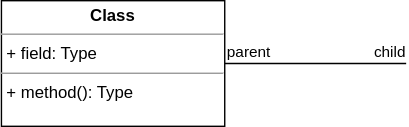
Before: ovs-agent.drawio.svg, a diagram exported from draw.io (scilla0531/pub). Source tidied: cells renumbered, new cells last; positions are measured from the earlier drawing's top-left corner, leaving out a move shared by most shapes. Its diagram source:
```xml
<mxGraphModel>
  <root>
    <mxCell id="0" />
    <mxCell id="1" parent="0" />
    <mxCell id="2" style="endArrow=none;html=1;edgeStyle=orthogonalEdgeStyle;rounded=0;exitX=1;exitY=0.5;exitDx=0;exitDy=0;" parent="1" edge="1" source="5">
      <mxGeometry relative="1" as="geometry">
        <mxPoint x="290" y="45" as="targetPoint" />
      </mxGeometry>
    </mxCell>
    <mxCell id="3" value="parent" style="edgeLabel;html=1;align=left;verticalAlign=bottom;" parent="2" vertex="1">
      <mxGeometry x="-1" relative="1" as="geometry" />
    </mxCell>
    <mxCell id="4" value="child" style="edgeLabel;html=1;align=right;verticalAlign=bottom;" parent="2" vertex="1">
      <mxGeometry x="1" relative="1" as="geometry" />
    </mxCell>
    <mxCell id="5" value="&lt;p style=&quot;margin:0px;margin-top:4px;text-align:center;&quot;&gt;&lt;b&gt;Class&lt;/b&gt;&lt;/p&gt;&lt;hr size=&quot;1&quot;/&gt;&lt;p style=&quot;margin:0px;margin-left:4px;&quot;&gt;+ field: Type&lt;/p&gt;&lt;hr size=&quot;1&quot;/&gt;&lt;p style=&quot;margin:0px;margin-left:4px;&quot;&gt;+ method(): Type&lt;/p&gt;" style="verticalAlign=top;align=left;overflow=fill;fontSize=12;fontFamily=Helvetica;html=1;" parent="1" vertex="1">
      <mxGeometry width="160" height="90" as="geometry" />
    </mxCell>
  </root>
</mxGraphModel>
```
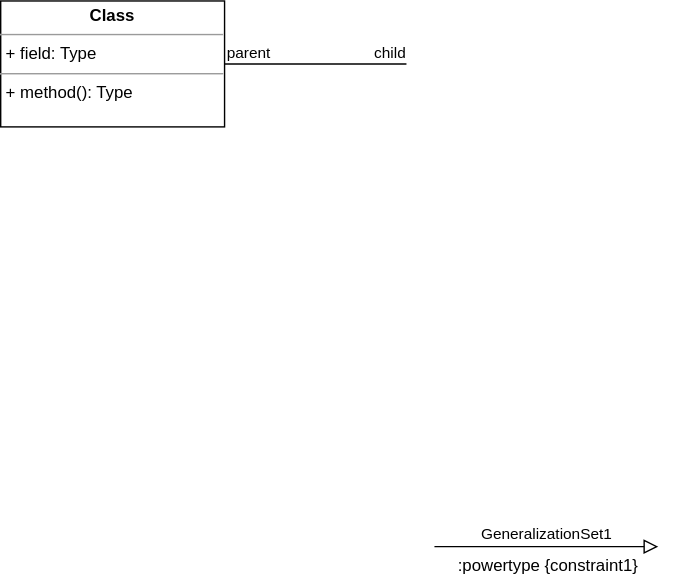
The same file after the commit.

Change to the diagram source:
```diff
@@ -16,5 +16,14 @@
     <mxCell id="5" value="&lt;p style=&quot;margin:0px;margin-top:4px;text-align:center;&quot;&gt;&lt;b&gt;Class&lt;/b&gt;&lt;/p&gt;&lt;hr size=&quot;1&quot;/&gt;&lt;p style=&quot;margin:0px;margin-left:4px;&quot;&gt;+ field: Type&lt;/p&gt;&lt;hr size=&quot;1&quot;/&gt;&lt;p style=&quot;margin:0px;margin-left:4px;&quot;&gt;+ method(): Type&lt;/p&gt;" style="verticalAlign=top;align=left;overflow=fill;fontSize=12;fontFamily=Helvetica;html=1;" parent="1" vertex="1">
       <mxGeometry width="160" height="90" as="geometry" />
     </mxCell>
+    <mxCell id="6" value="GeneralizationSet1" style="endArrow=block;html=1;rounded=0;align=center;verticalAlign=bottom;endFill=0;labelBackgroundColor=none;endSize=8;" parent="1" edge="1">
+      <mxGeometry relative="1" as="geometry">
+        <mxPoint x="310" y="390" as="sourcePoint" />
+        <mxPoint x="470" y="390" as="targetPoint" />
+      </mxGeometry>
+    </mxCell>
+    <mxCell id="7" value=":powertype {constraint1}" style="html=1;align=center;verticalAlign=top;labelBackgroundColor=none;" parent="6" vertex="1">
+      <mxGeometry relative="1" as="geometry" />
+    </mxCell>
   </root>
 </mxGraphModel>
```
